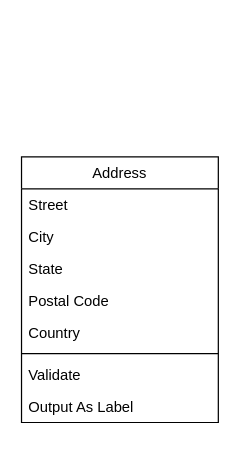
Above: Class_Diagram_and_Implementation/LoadBalancer/load_balancer.drawio in ashu7mishra/LLD (draw.io), before the change. Source tidied: cells renumbered, new cells numbered last; positions are measured from the earlier drawing's top-left corner, leaving out a move shared by most shapes. Both pictures are drawn from the tidied source at 123%, with x=0, y=0 at pixel (21, 156).
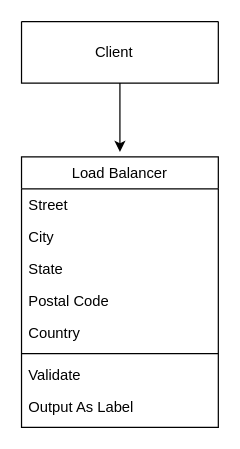
Above is the later version.

The edit, as a diff of the source:
```diff
@@
 <mxGraphModel>
   <root>
     <mxCell id="0" />
     <mxCell id="1" parent="0" />
-    <mxCell id="2" value="Address" style="swimlane;fontStyle=0;align=center;verticalAlign=top;horizontal=1;startSize=26;rounded=0;shadow=0;strokeWidth=1;" parent="1" vertex="1">
-      <mxGeometry width="160" height="216" as="geometry" />
+    <mxCell id="2" value="Load Balancer" style="swimlane;fontStyle=0;align=center;verticalAlign=top;horizontal=1;startSize=26;rounded=0;shadow=0;strokeWidth=1;" parent="1" vertex="1">
+      <mxGeometry width="160" height="220" as="geometry" />
     </mxCell>
     <mxCell id="3" value="Street" style="text;align=left;verticalAlign=top;spacingLeft=4;spacingRight=4;overflow=hidden;" parent="2" vertex="1">
       <mxGeometry y="26" width="160" height="26" as="geometry" />
     </mxCell>
     <mxCell id="4" value="City" style="text;align=left;verticalAlign=top;spacingLeft=4;spacingRight=4;overflow=hidden;rounded=0;shadow=0;html=0;" parent="2" vertex="1">
       <mxGeometry y="52" width="160" height="26" as="geometry" />
     </mxCell>
     <mxCell id="5" value="State" style="text;align=left;verticalAlign=top;spacingLeft=4;spacingRight=4;overflow=hidden;rounded=0;shadow=0;html=0;" parent="2" vertex="1">
       <mxGeometry y="78" width="160" height="26" as="geometry" />
     </mxCell>
     <mxCell id="6" value="Postal Code" style="text;align=left;verticalAlign=top;spacingLeft=4;spacingRight=4;overflow=hidden;rounded=0;shadow=0;html=0;" parent="2" vertex="1">
       <mxGeometry y="104" width="160" height="26" as="geometry" />
     </mxCell>
     <mxCell id="7" value="Country" style="text;align=left;verticalAlign=top;spacingLeft=4;spacingRight=4;overflow=hidden;rounded=0;shadow=0;html=0;" parent="2" vertex="1">
       <mxGeometry y="130" width="160" height="26" as="geometry" />
     </mxCell>
     <mxCell id="8" style="line;html=1;strokeWidth=1;align=left;verticalAlign=middle;spacingTop=-1;spacingLeft=3;spacingRight=3;labelPosition=right;" parent="2" vertex="1">
       <mxGeometry y="156" width="160" height="8" as="geometry" />
     </mxCell>
     <mxCell id="9" value="Validate" style="text;align=left;verticalAlign=top;spacingLeft=4;spacingRight=4;overflow=hidden;" parent="2" vertex="1">
       <mxGeometry y="164" width="160" height="26" as="geometry" />
     </mxCell>
     <mxCell id="10" value="Output As Label" style="text;align=left;verticalAlign=top;spacingLeft=4;spacingRight=4;overflow=hidden;" parent="2" vertex="1">
       <mxGeometry y="190" width="160" height="26" as="geometry" />
     </mxCell>
+    <mxCell id="11" style="edgeStyle=orthogonalEdgeStyle;rounded=0;jettySize=auto;html=1;" parent="1" edge="1" source="12">
+      <mxGeometry relative="1" as="geometry">
+        <mxPoint x="80" y="-4" as="targetPoint" />
+        <Array as="points">
+          <mxPoint x="80" y="-4" />
+          <mxPoint x="80" y="-4" />
+        </Array>
+      </mxGeometry>
+    </mxCell>
+    <mxCell id="12" style="swimlane;startSize=0;" parent="1" vertex="1">
+      <mxGeometry y="-110" width="160" height="50" as="geometry" />
+    </mxCell>
+    <mxCell id="13" value="Client" style="text;html=1;align=center;verticalAlign=middle;strokeColor=none;fillColor=none;" parent="12" vertex="1">
+      <mxGeometry x="50" y="10" width="50" height="30" as="geometry" />
+    </mxCell>
   </root>
 </mxGraphModel>
```
